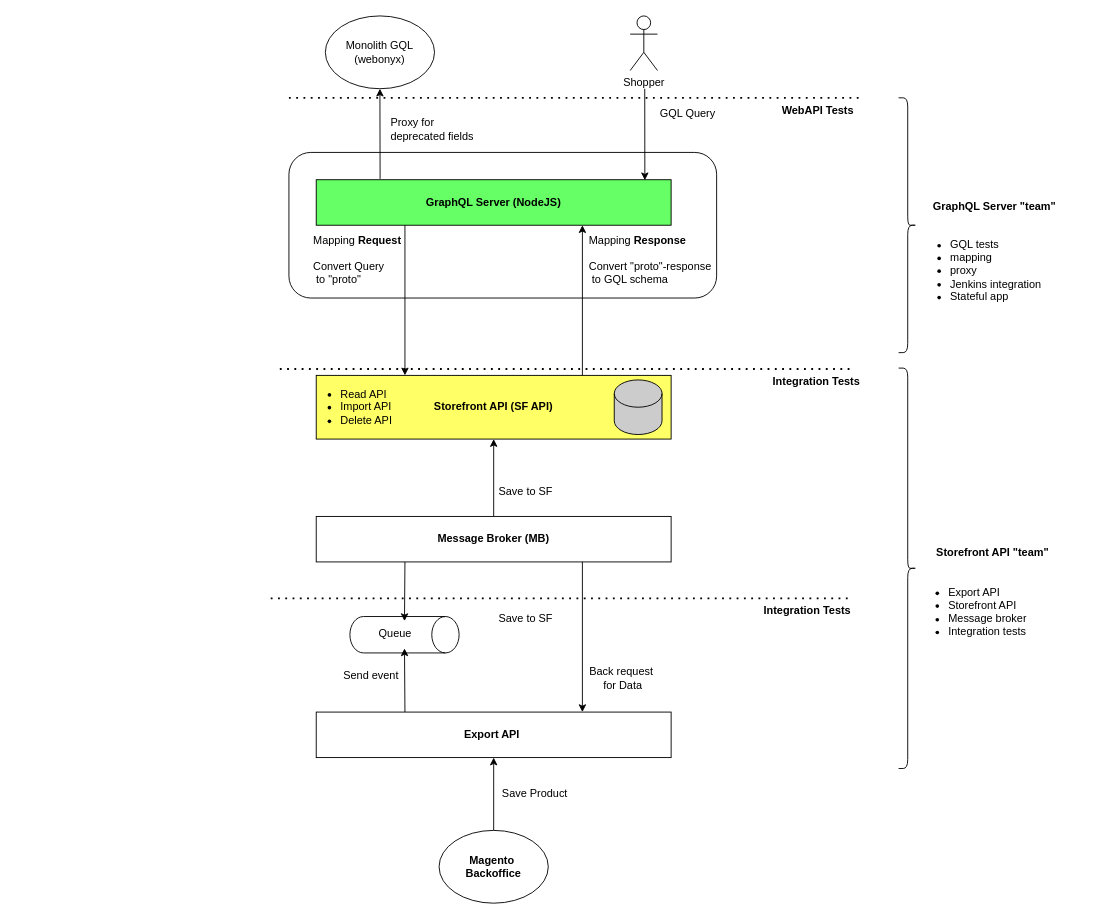
Above: page "Responsibilities" (1 of 3) of design-documents/graph-ql/storefront-services-diagram.drawio in mslabko/architecture (draw.io), before the change. Source tidied: cells renumbered, new cells numbered last; positions are measured from the earlier drawing's top-left corner, leaving out a move shared by most shapes. Both pictures are drawn from the tidied source at 91%, with x=0, y=0 at pixel (270, 15).
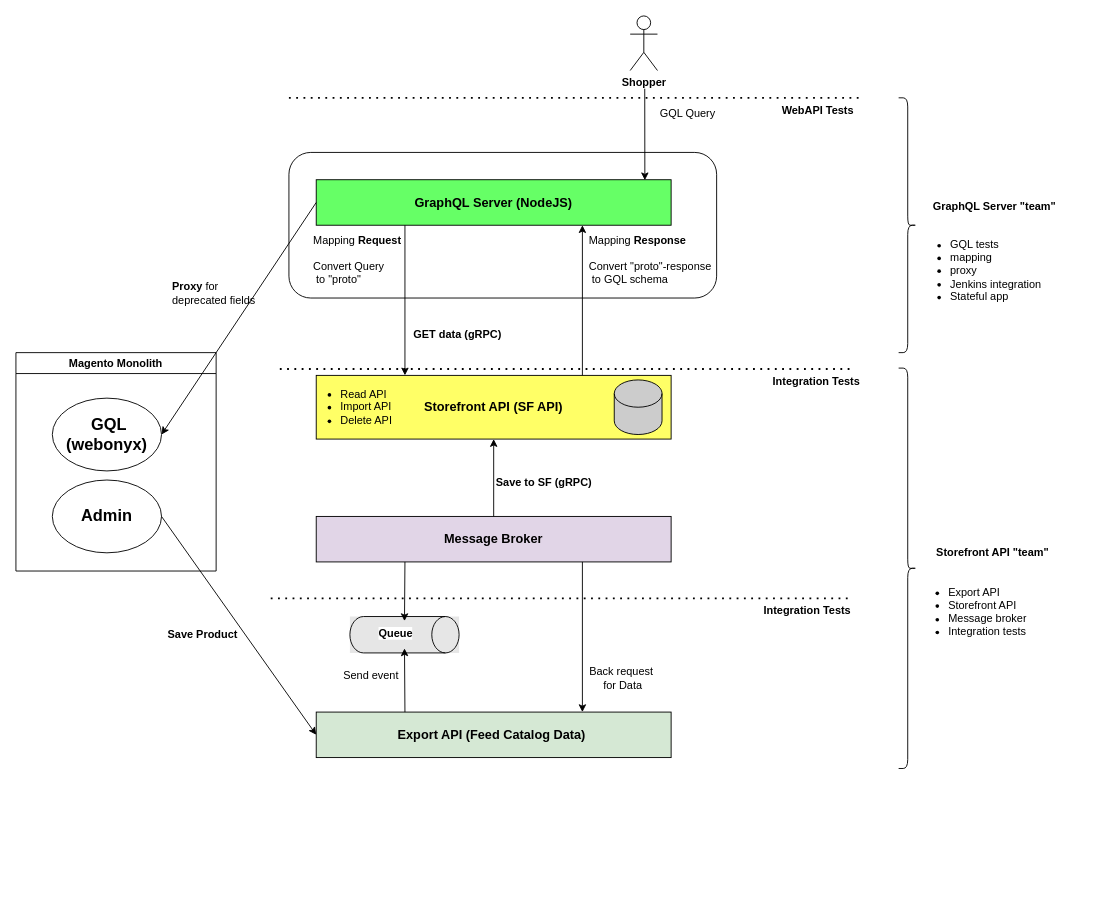
After the change.

Unchanged cells that the change refers to:
```xml
<mxCell id="28" style="group;" parent="1" vertex="1">
  <mxGeometry y="640" width="640" height="40" as="geometry" />
</mxCell>
```

Diff of the diagram source:
```diff
@@
-    <mxCell id="3" value="&lt;b&gt;Export API&amp;nbsp;&lt;/b&gt;" style="rounded=0;whiteSpace=wrap;html=1;" parent="1" vertex="1">
+    <mxCell id="3" value="&lt;b&gt;&lt;font style=&quot;font-size: 14px&quot;&gt;Export API (Feed Catalog Data)&amp;nbsp;&lt;/font&gt;&lt;/b&gt;" style="rounded=0;whiteSpace=wrap;html=1;fillColor=#D5E8D4;" parent="1" vertex="1">
       <mxGeometry x="50" y="765" width="390" height="50" as="geometry" />
     </mxCell>
-    <mxCell id="4" value="&lt;b&gt;Message Broker (MB)&lt;/b&gt;" style="rounded=0;whiteSpace=wrap;html=1;" parent="1" vertex="1">
+    <mxCell id="4" value="&lt;b&gt;&lt;font style=&quot;font-size: 14px&quot;&gt;Message Broker&lt;/font&gt;&lt;/b&gt;" style="rounded=0;whiteSpace=wrap;html=1;fillColor=#E1D5E7;" parent="1" vertex="1">
       <mxGeometry x="50" y="550" width="390" height="50" as="geometry" />
     </mxCell>
-    <mxCell id="5" value="&lt;b&gt;Storefront API (SF API)&lt;/b&gt;" style="rounded=0;whiteSpace=wrap;html=1;fillColor=#FFFF66;" parent="1" vertex="1">
+    <mxCell id="5" value="&lt;b&gt;&lt;font style=&quot;font-size: 14px&quot;&gt;Storefront API (SF API)&lt;/font&gt;&lt;/b&gt;" style="rounded=0;whiteSpace=wrap;html=1;fillColor=#FFFF66;" parent="1" vertex="1">
       <mxGeometry x="50" y="395" width="390" height="70" as="geometry" />
     </mxCell>
-    <mxCell id="6" value="&lt;b&gt;GraphQL Server (NodeJS)&lt;/b&gt;" style="rounded=0;whiteSpace=wrap;html=1;fillColor=#66FF66;" parent="1" vertex="1">
+    <mxCell id="6" value="&lt;b&gt;&lt;font style=&quot;font-size: 14px&quot;&gt;GraphQL Server (NodeJS)&lt;/font&gt;&lt;/b&gt;" style="rounded=0;whiteSpace=wrap;html=1;fillColor=#66FF66;" parent="1" vertex="1">
       <mxGeometry x="50" y="180" width="390" height="50" as="geometry" />
     </mxCell>
@@
-    <mxCell id="14" value="Shopper" style="shape=umlActor;verticalLabelPosition=bottom;verticalAlign=top;html=1;" parent="1" vertex="1">
+    <mxCell id="14" value="&lt;b&gt;Shopper&lt;/b&gt;" style="shape=umlActor;verticalLabelPosition=bottom;verticalAlign=top;html=1;" parent="1" vertex="1">
       <mxGeometry x="395" width="30" height="60" as="geometry" />
     </mxCell>
@@
-    <mxCell id="16" value="Monolith GQL&lt;br&gt;(webonyx)" style="ellipse;whiteSpace=wrap;html=1;" parent="1" vertex="1">
-      <mxGeometry x="60" width="120" height="80" as="geometry" />
-    </mxCell>
-    <mxCell id="17" value="Proxy for&lt;br&gt;deprecated fields &lt;br&gt;" style="text;html=1;align=left;verticalAlign=middle;" parent="1" vertex="1">
-      <mxGeometry x="130" y="110" width="110" height="30" as="geometry" />
+    <mxCell id="17" value="&lt;b&gt;Proxy&lt;/b&gt; for&lt;br&gt;deprecated fields " style="text;html=1;align=left;verticalAlign=middle;" parent="1" vertex="1">
+      <mxGeometry x="-110" y="290" width="110" height="30" as="geometry" />
     </mxCell>
@@
-    <mxCell id="19" value="&lt;b&gt;Magento&amp;nbsp;&lt;br&gt;Backoffice&lt;/b&gt;" style="ellipse;whiteSpace=wrap;html=1;" parent="1" vertex="1">
-      <mxGeometry x="185" y="895" width="120" height="80" as="geometry" />
-    </mxCell>
     <mxCell id="20" style="group;" parent="1" vertex="1">
-      <mxGeometry x="245" y="845" width="90" height="20" as="geometry" />
+      <mxGeometry x="-120" y="670" width="90" height="20" as="geometry" />
     </mxCell>
-    <mxCell id="21" style="endArrow=classic;html=1;entryX=0.5;entryY=1;entryDx=0;entryDy=0;exitX=0.5;exitY=0;exitDx=0;exitDy=0;" parent="20" edge="1" source="19" target="3">
-      <mxGeometry relative="1" as="geometry" />
-    </mxCell>
-    <mxCell id="22" value="Save Product" style="text;html=1;align=center;verticalAlign=middle;" parent="20" vertex="1">
+    <mxCell id="22" value="&lt;b&gt;Save Product&lt;/b&gt;" style="text;html=1;align=center;verticalAlign=middle;" parent="20" vertex="1">
       <mxGeometry width="90" height="20" as="geometry" />
     </mxCell>
@@
     <mxCell id="25" style="group;" parent="1" vertex="1">
-      <mxGeometry y="500" width="600" height="40" as="geometry" />
+      <mxGeometry x="20" y="490" width="600" height="40" as="geometry" />
     </mxCell>
     <mxCell id="26" style="group;" parent="25" vertex="1">
-      <mxGeometry x="240" y="-20" width="80" height="52.6" as="geometry" />
+      <mxGeometry x="240" y="-20" width="100.3" height="52.6" as="geometry" />
     </mxCell>
-    <mxCell id="27" value="Save to SF&lt;br&gt;" style="text;html=1;align=center;verticalAlign=middle;" parent="26" vertex="1">
-      <mxGeometry x="5.3" y="32.6" width="70" height="20" as="geometry" />
+    <mxCell id="27" value="&lt;b&gt;Save to SF (gRPC)&lt;/b&gt;" style="text;html=1;align=center;verticalAlign=middle;" parent="26" vertex="1">
+      <mxGeometry x="-19.7" y="32.6" width="120" height="20" as="geometry" />
     </mxCell>
@@
-    <mxCell id="31" style="group;" parent="28" vertex="1">
-      <mxGeometry x="240" y="-20" width="80" height="52.6" as="geometry" />
-    </mxCell>
-    <mxCell id="32" value="Save to SF&lt;br&gt;" style="text;html=1;align=center;verticalAlign=middle;" parent="31" vertex="1">
-      <mxGeometry x="5.3" y="32.6" width="70" height="20" as="geometry" />
-    </mxCell>
@@
-    <mxCell id="34" style="group;" parent="1" vertex="1">
+    <mxCell id="34" style="group;fillColor=#E6E6E6;" parent="1" vertex="1">
       <mxGeometry x="87" y="660" width="120" height="40" as="geometry" />
     </mxCell>
-    <mxCell id="35" style="shape=cylinder2;whiteSpace=wrap;html=1;boundedLbl=1;backgroundOutline=1;size=15;fillColor=#FFFFFF;rotation=90;" parent="34" vertex="1">
+    <mxCell id="35" style="shape=cylinder2;whiteSpace=wrap;html=1;boundedLbl=1;backgroundOutline=1;size=15;fillColor=#E6E6E6;rotation=90;" parent="34" vertex="1">
       <mxGeometry x="40" y="-40" width="40" height="120" as="geometry" />
     </mxCell>
-    <mxCell id="36" value="&lt;span style=&quot;color: rgb(0, 0, 0); font-family: helvetica; font-size: 12px; font-style: normal; font-weight: 400; letter-spacing: normal; text-align: center; text-indent: 0px; text-transform: none; word-spacing: 0px; background-color: rgb(255, 255, 255); display: inline; float: none;&quot;&gt;Queue&lt;/span&gt;" style="text;whiteSpace=wrap;html=1;" parent="34" vertex="1">
+    <mxCell id="36" value="&lt;span style=&quot;color: rgb(0 , 0 , 0) ; font-family: &amp;#34;helvetica&amp;#34; ; font-size: 12px ; font-style: normal ; letter-spacing: normal ; text-align: center ; text-indent: 0px ; text-transform: none ; word-spacing: 0px ; background-color: rgb(255 , 255 , 255) ; display: inline ; float: none&quot;&gt;&lt;b&gt;Queue&lt;/b&gt;&lt;/span&gt;" style="text;whiteSpace=wrap;html=1;" parent="34" vertex="1">
       <mxGeometry x="30" y="5" width="60" height="30" as="geometry" />
     </mxCell>
@@
-    <mxCell id="49" style="endArrow=classic;html=1;entryX=0.5;entryY=1;entryDx=0;entryDy=0;exitX=0.18;exitY=-0.019;exitDx=0;exitDy=0;exitPerimeter=0;" parent="1" edge="1" source="6" target="16">
+    <mxCell id="49" style="endArrow=classic;html=1;entryX=1;entryY=0.5;entryDx=0;entryDy=0;exitX=0;exitY=0.5;exitDx=0;exitDy=0;" parent="1" edge="1" source="6" target="16">
       <mxGeometry relative="1" as="geometry" />
     </mxCell>
+    <mxCell id="50" value="Magento Monolith" style="swimlane;fillColor=none;" parent="1" vertex="1">
+      <mxGeometry x="-280" y="370" width="220" height="240" as="geometry" />
+    </mxCell>
+    <mxCell id="51" value="&lt;b&gt;&lt;font style=&quot;font-size: 18px&quot;&gt;Admin&lt;/font&gt;&lt;/b&gt;" style="ellipse;whiteSpace=wrap;html=1;" parent="50" vertex="1">
+      <mxGeometry x="40" y="140" width="120" height="80" as="geometry" />
+    </mxCell>
+    <mxCell id="16" value="&lt;b&gt;&lt;font style=&quot;font-size: 18px&quot;&gt;&amp;nbsp;GQL&lt;br&gt;(webonyx)&lt;/font&gt;&lt;/b&gt;" style="ellipse;whiteSpace=wrap;html=1;" parent="50" vertex="1">
+      <mxGeometry x="40" y="50" width="120" height="80" as="geometry" />
+    </mxCell>
+    <mxCell id="21" style="endArrow=classic;html=1;entryX=0;entryY=0.5;entryDx=0;entryDy=0;exitX=1;exitY=0.5;exitDx=0;exitDy=0;" parent="1" edge="1" source="51" target="3">
+      <mxGeometry relative="1" as="geometry" />
+    </mxCell>
+    <mxCell id="52" value="&lt;b&gt;GET data (gRPC)&lt;/b&gt;" style="text;html=1;align=center;verticalAlign=middle;" parent="1" vertex="1">
+      <mxGeometry x="150" y="340" width="110" height="20" as="geometry" />
+    </mxCell>
```
